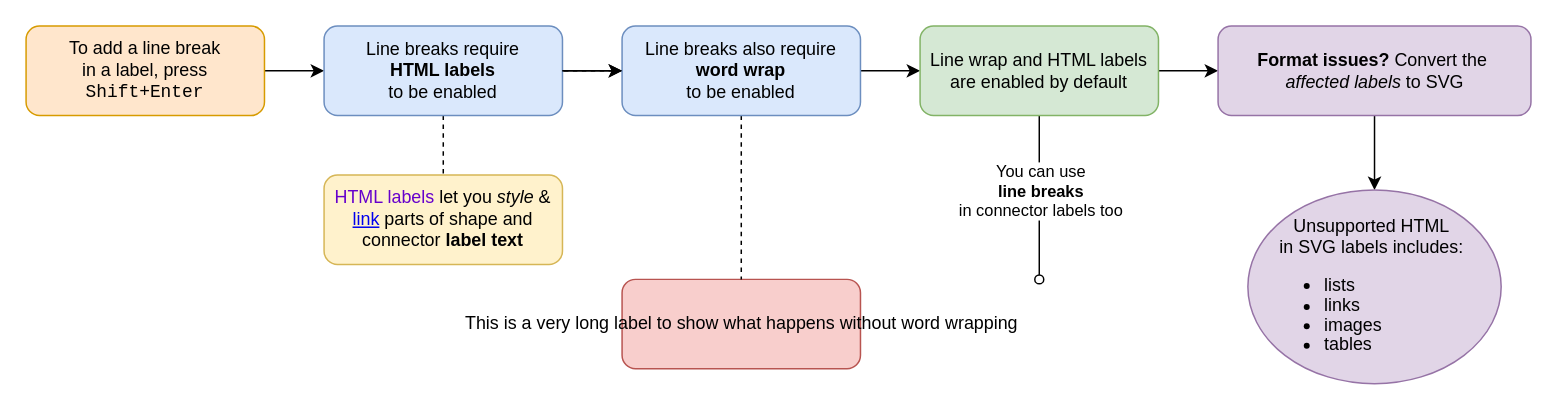
Above: blog/label-formatting-examples.drawio in changsongyang/drawio-diagrams (draw.io), before the change. Source tidied: cells renumbered, new cells numbered last; positions are measured from the earlier drawing's top-left corner, leaving out a move shared by most shapes. Both pictures are drawn from the tidied source at 149%, with x=0, y=0 at pixel (25, 25).
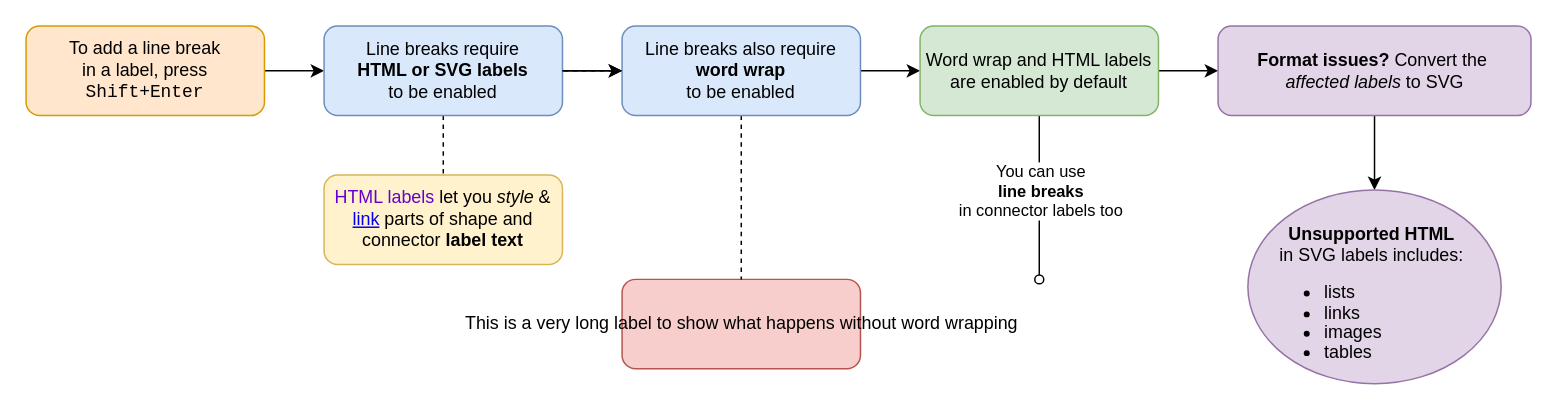
The same diagram, later.

The edit, as a diff of the source:
```diff
@@
-    <mxCell id="6" value="&lt;div&gt;Line breaks require &lt;br&gt;&lt;b&gt;HTML labels&lt;/b&gt; &lt;br&gt;&lt;/div&gt;&lt;div&gt;to be enabled&lt;/div&gt;" style="rounded=1;whiteSpace=wrap;html=1;fillColor=#dae8fc;strokeColor=#6c8ebf;" parent="1" vertex="1">
+    <mxCell id="6" value="&lt;div&gt;Line breaks require &lt;br&gt;&lt;b&gt;HTML or SVG labels&lt;/b&gt; &lt;br&gt;&lt;/div&gt;&lt;div&gt;to be enabled&lt;/div&gt;" style="rounded=1;whiteSpace=wrap;html=1;fillColor=#dae8fc;strokeColor=#6c8ebf;" parent="1" vertex="1">
       <mxGeometry x="200" width="160" height="60" as="geometry" />
     </mxCell>
@@
-    <mxCell id="10" value="Line wrap and HTML labels are enabled by default" style="rounded=1;whiteSpace=wrap;html=1;fillColor=#d5e8d4;strokeColor=#82b366;" parent="1" vertex="1">
+    <mxCell id="10" value="Word wrap and HTML labels are enabled by default" style="rounded=1;whiteSpace=wrap;html=1;fillColor=#d5e8d4;strokeColor=#82b366;" parent="1" vertex="1">
       <mxGeometry x="600" width="160" height="60" as="geometry" />
     </mxCell>
@@
-    <mxCell id="19" value="Unsupported HTML&amp;nbsp;&lt;div&gt;in SVG labels includes:&amp;nbsp;&lt;div&gt;&lt;div&gt;&lt;div&gt;&lt;ul style=&quot;line-height: 110%; padding-left: 30px;&quot;&gt;&lt;li style=&quot;text-align: left; line-height: 110%;&quot;&gt;&lt;font style=&quot;line-height: 110%;&quot;&gt;lists&lt;br&gt;&lt;/font&gt;&lt;/li&gt;&lt;li style=&quot;text-align: left; line-height: 110%;&quot;&gt;&lt;font style=&quot;line-height: 110%;&quot;&gt;links&lt;br&gt;&lt;/font&gt;&lt;/li&gt;&lt;li style=&quot;text-align: left; line-height: 110%;&quot;&gt;&lt;font style=&quot;line-height: 110%;&quot;&gt;images&lt;br&gt;&lt;/font&gt;&lt;/li&gt;&lt;li style=&quot;text-align: left; line-height: 110%;&quot;&gt;&lt;font style=&quot;line-height: 110%;&quot;&gt;tables&lt;/font&gt;&lt;br&gt;&lt;/li&gt;&lt;/ul&gt;&lt;/div&gt;&lt;/div&gt;&lt;/div&gt;&lt;/div&gt;" style="ellipse;whiteSpace=wrap;html=1;fillColor=#e1d5e7;strokeColor=#9673a6;rounded=1;spacingTop=10;" parent="1" vertex="1">
+    <mxCell id="19" value="&lt;b&gt;Unsupported HTML&lt;/b&gt;&amp;nbsp;&lt;div&gt;in SVG labels includes:&amp;nbsp;&lt;div&gt;&lt;div&gt;&lt;div&gt;&lt;ul style=&quot;line-height: 110%; padding-left: 30px;&quot;&gt;&lt;li style=&quot;text-align: left; line-height: 110%;&quot;&gt;&lt;font style=&quot;line-height: 110%;&quot;&gt;lists&lt;br&gt;&lt;/font&gt;&lt;/li&gt;&lt;li style=&quot;text-align: left; line-height: 110%;&quot;&gt;&lt;font style=&quot;line-height: 110%;&quot;&gt;links&lt;br&gt;&lt;/font&gt;&lt;/li&gt;&lt;li style=&quot;text-align: left; line-height: 110%;&quot;&gt;&lt;font style=&quot;line-height: 110%;&quot;&gt;images&lt;br&gt;&lt;/font&gt;&lt;/li&gt;&lt;li style=&quot;text-align: left; line-height: 110%;&quot;&gt;&lt;font style=&quot;line-height: 110%;&quot;&gt;tables&lt;/font&gt;&lt;br&gt;&lt;/li&gt;&lt;/ul&gt;&lt;/div&gt;&lt;/div&gt;&lt;/div&gt;&lt;/div&gt;" style="ellipse;whiteSpace=wrap;html=1;fillColor=#e1d5e7;strokeColor=#9673a6;rounded=1;spacingTop=20;" parent="1" vertex="1">
       <mxGeometry x="820" y="110" width="170" height="130" as="geometry" />
     </mxCell>
```
